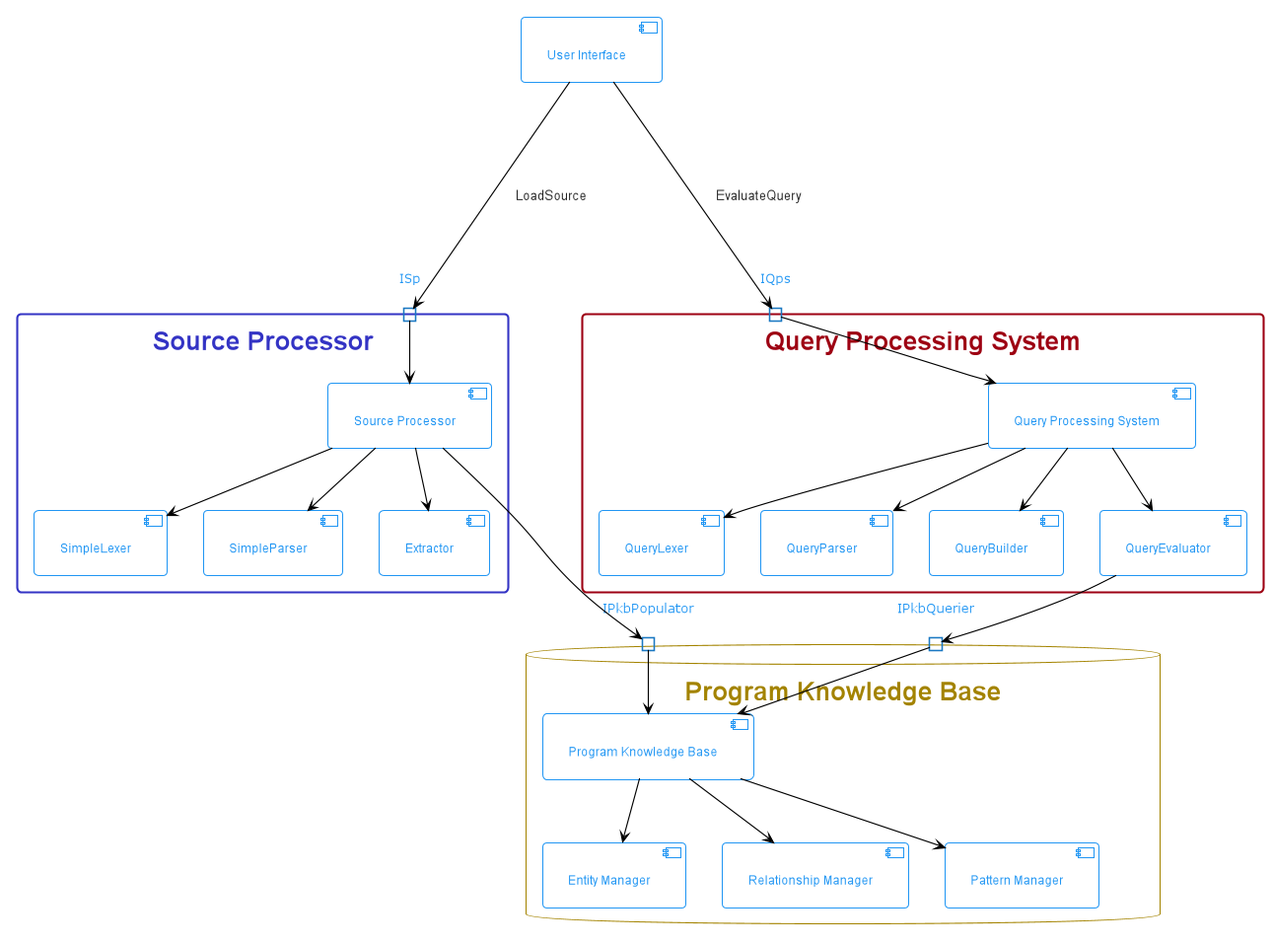
mazx4960/static-analyzer keeps this PlantUML diagram as docs/images/SystemArchitecture.png. Above is the earlier version.
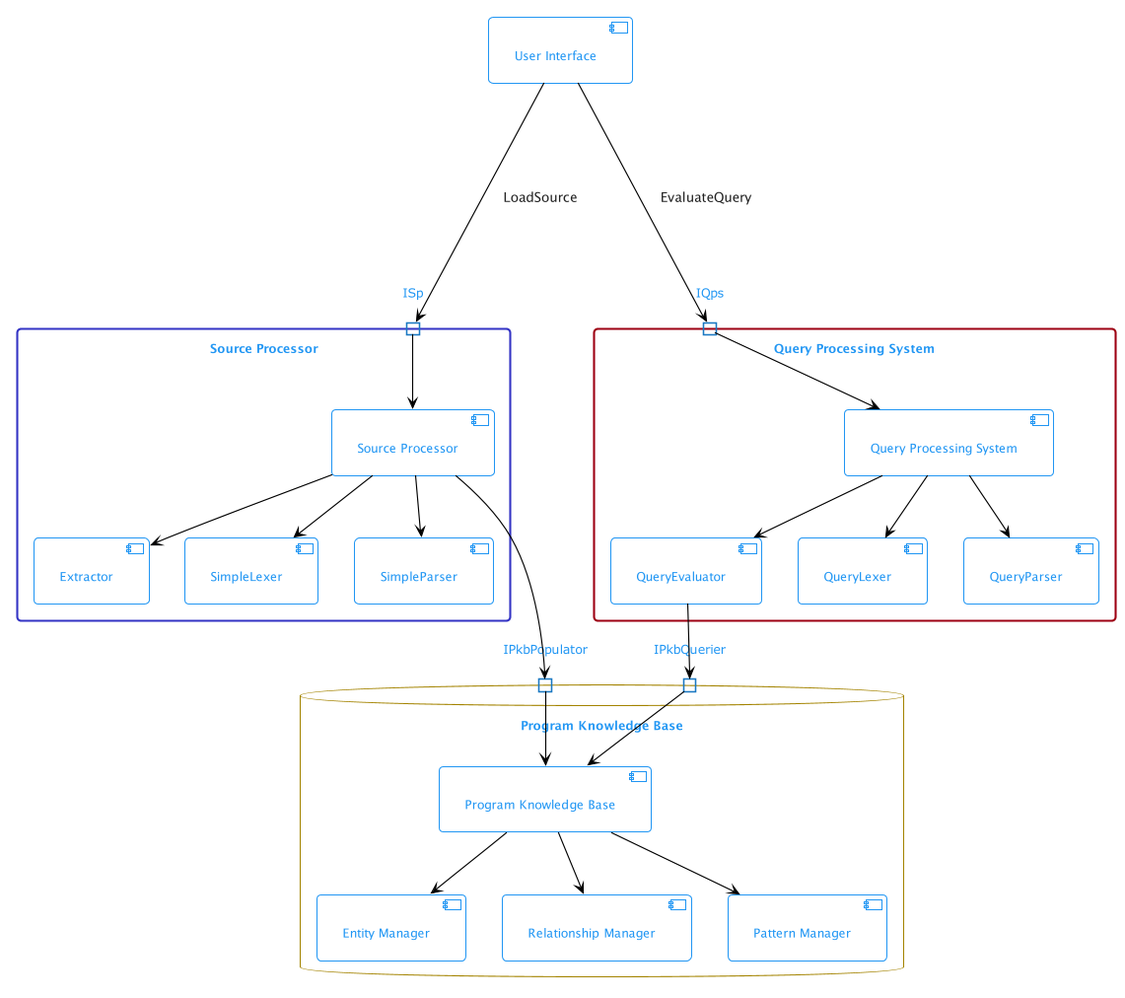
The same file after the commit.

What changed in the source:
```diff
@@ -16,7 +16,6 @@
     [Query Processing System] as QPS
     [QueryLexer]
     [QueryParser]
-    [QueryBuilder]
     [QueryEvaluator]
 }
 
@@ -47,7 +46,6 @@
 [IQps] -down-> [QPS]
 [QPS] -down-> [QueryLexer]
 [QPS] -down-> [QueryParser]
-[QPS] -down-> [QueryBuilder]
 [QPS] -down-> [QueryEvaluator]
 [QueryEvaluator] -down-> IPkbQuerier
 
```
